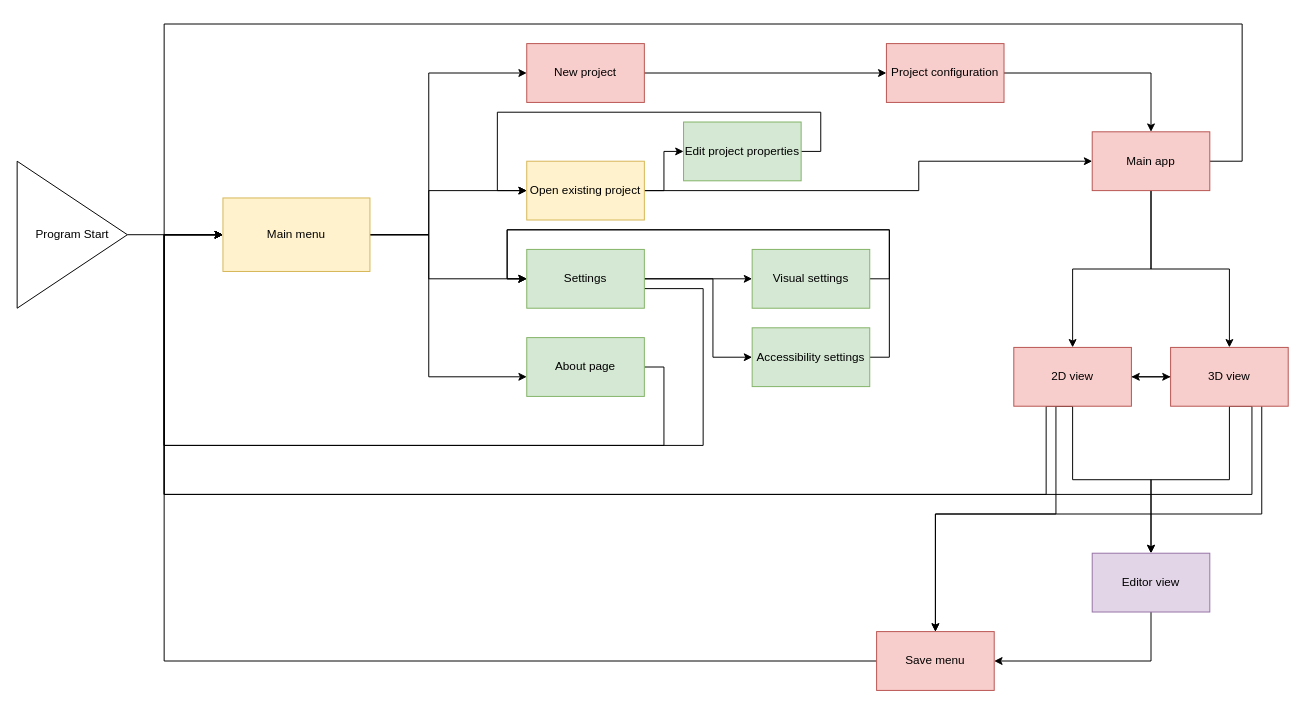
The draw.io diagram page "Screen manager" (1 of 11) of Design/Project.drawio in PawekPL/Atlas-of-Dreams, before the edit. Source tidied: cells renumbered, new cells numbered last; positions are measured from the earlier drawing's top-left corner, leaving out a move shared by most shapes. Both pictures are drawn from the tidied source at 98%, with x=0, y=0 at pixel (17, 24).
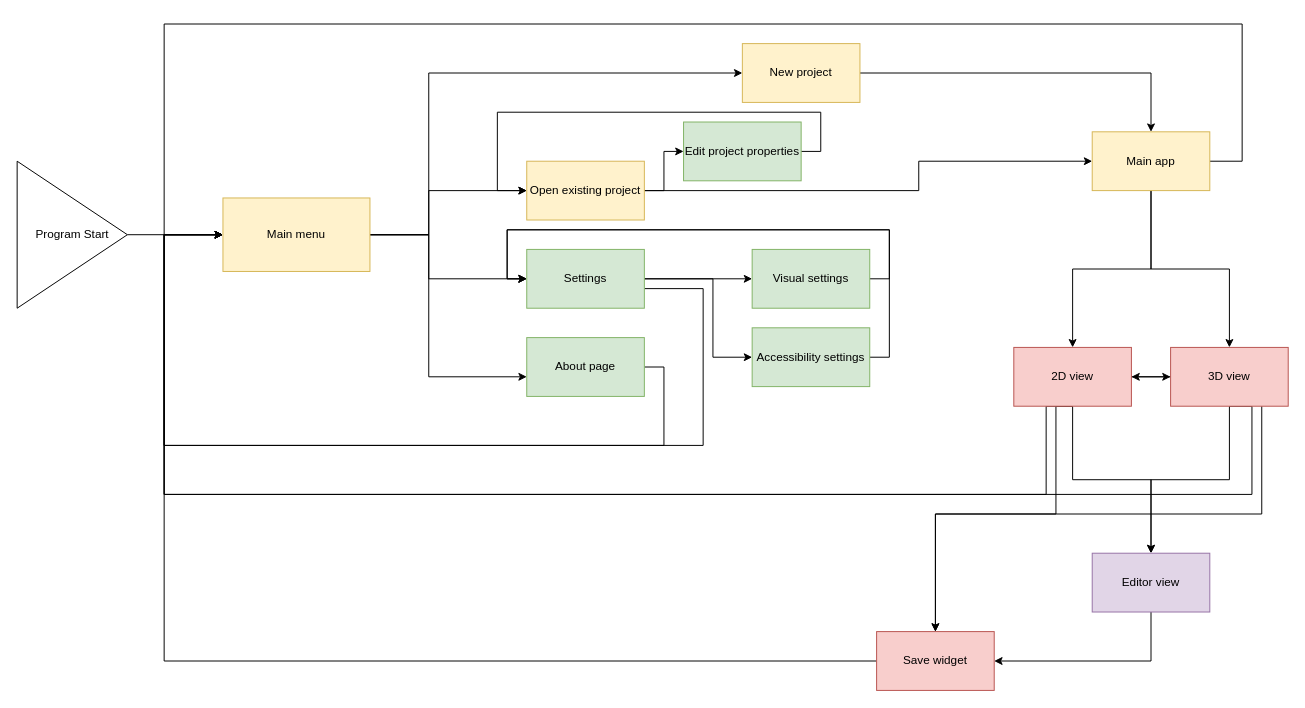
Above is the later version.

Diff of the diagram source:
```diff
@@
-    <mxCell id="9" style="edgeStyle=orthogonalEdgeStyle;rounded=0;jettySize=auto;html=1;" parent="1" edge="1" source="10" target="19">
+    <mxCell id="9" style="edgeStyle=orthogonalEdgeStyle;rounded=0;jettySize=auto;html=1;" parent="1" edge="1" source="10" target="23">
       <mxGeometry relative="1" as="geometry" />
     </mxCell>
-    <mxCell id="10" value="New project" style="whiteSpace=wrap;html=1;fillColor=#f8cecc;strokeColor=#b85450;" parent="1" vertex="1">
-      <mxGeometry x="520" y="20" width="120" height="60" as="geometry" />
+    <mxCell id="10" value="New project" style="whiteSpace=wrap;html=1;fillColor=#fff2cc;strokeColor=#d6b656;" parent="1" vertex="1">
+      <mxGeometry x="740" y="20" width="120" height="60" as="geometry" />
     </mxCell>
@@
-    <mxCell id="18" style="edgeStyle=orthogonalEdgeStyle;rounded=0;jettySize=auto;html=1;fontSize=44;" parent="1" edge="1" source="19" target="23">
-      <mxGeometry relative="1" as="geometry" />
-    </mxCell>
-    <mxCell id="19" value="Project configuration" style="whiteSpace=wrap;html=1;fillColor=#f8cecc;strokeColor=#b85450;" parent="1" vertex="1">
-      <mxGeometry x="887" y="20" width="120" height="60" as="geometry" />
-    </mxCell>
@@
-    <mxCell id="23" value="Main app" style="whiteSpace=wrap;html=1;fillColor=#f8cecc;strokeColor=#b85450;" parent="1" vertex="1">
+    <mxCell id="23" value="Main app" style="whiteSpace=wrap;html=1;fillColor=#fff2cc;strokeColor=#d6b656;" parent="1" vertex="1">
       <mxGeometry x="1097" y="110" width="120" height="60" as="geometry" />
     </mxCell>
@@
-    <mxCell id="37" value="Save menu" style="whiteSpace=wrap;html=1;fillColor=#f8cecc;strokeColor=#b85450;" parent="1" vertex="1">
+    <mxCell id="37" value="Save widget" style="whiteSpace=wrap;html=1;fillColor=#f8cecc;strokeColor=#b85450;" parent="1" vertex="1">
       <mxGeometry x="877" y="620" width="120" height="60" as="geometry" />
     </mxCell>
```
